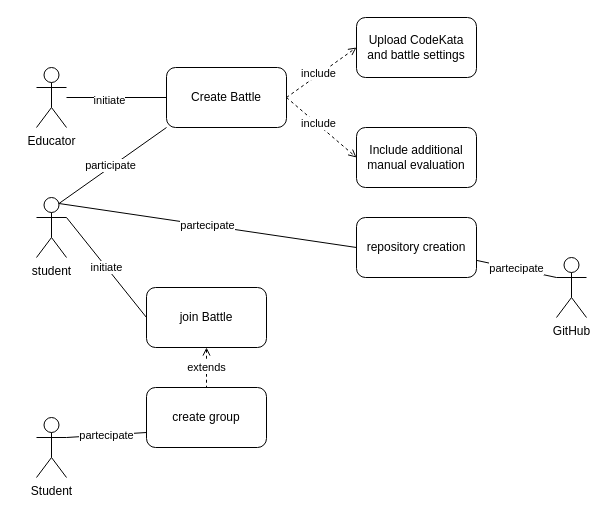
FedericoValentino/SE2-ValentinoZarbo keeps this draw.io diagram as UseCaseDiagram/ScenariNico.drawio. Above is the earlier version. Source tidied: cells renumbered, new cells numbered last; positions are measured from the earlier drawing's top-left corner, leaving out a move shared by most shapes. Both pictures are drawn from the tidied source at 100%, with x=0, y=0 at pixel (36, 17).
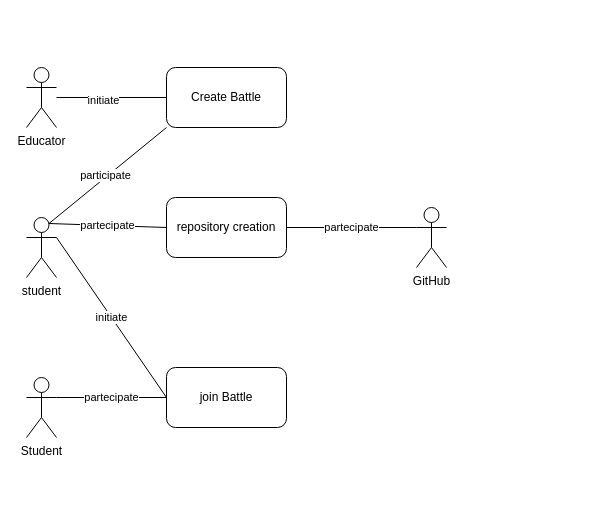
The same page after the edit.

Unchanged cells that the change refers to:
```xml
<mxCell id="10" value="Create Battle" style="rounded=1;whiteSpace=wrap;html=1;" parent="1" vertex="1">
  <mxGeometry x="130" y="50" width="120" height="60" as="geometry" />
</mxCell>
```

The edit, as a diff of the source:
```diff
@@
     <mxCell id="2" value="Educator" style="shape=umlActor;verticalLabelPosition=bottom;verticalAlign=top;html=1;outlineConnect=0;" parent="1" vertex="1">
-      <mxGeometry y="50" width="30" height="60" as="geometry" />
+      <mxGeometry x="-10" y="50" width="30" height="60" as="geometry" />
     </mxCell>
@@
     <mxCell id="5" value="student" style="shape=umlActor;verticalLabelPosition=bottom;verticalAlign=top;html=1;outlineConnect=0;" parent="1" vertex="1">
-      <mxGeometry y="180" width="30" height="60" as="geometry" />
+      <mxGeometry x="-10" y="200" width="30" height="60" as="geometry" />
     </mxCell>
@@
     <mxCell id="7" value="GitHub" style="shape=umlActor;verticalLabelPosition=bottom;verticalAlign=top;html=1;outlineConnect=0;" parent="1" vertex="1">
-      <mxGeometry x="520" y="240" width="30" height="60" as="geometry" />
+      <mxGeometry x="380" y="190" width="30" height="60" as="geometry" />
     </mxCell>
-    <mxCell id="8" value="partecipate" style="rounded=0;jettySize=auto;html=1;exitX=1;exitY=0.3333333333333333;exitDx=0;exitDy=0;exitPerimeter=0;entryX=0;entryY=0.75;entryDx=0;entryDy=0;endArrow=none;endFill=0;" parent="1" edge="1" source="9" target="22">
+    <mxCell id="8" value="partecipate" style="rounded=0;jettySize=auto;html=1;exitX=1;exitY=0.3333333333333333;exitDx=0;exitDy=0;exitPerimeter=0;endArrow=none;endFill=0;" parent="1" edge="1" source="9" target="21">
       <mxGeometry relative="1" as="geometry" />
     </mxCell>
     <mxCell id="9" value="Student" style="shape=umlActor;verticalLabelPosition=bottom;verticalAlign=top;html=1;outlineConnect=0;" parent="1" vertex="1">
-      <mxGeometry y="400" width="30" height="60" as="geometry" />
+      <mxGeometry x="-10" y="360" width="30" height="60" as="geometry" />
     </mxCell>
@@
-    <mxCell id="13" value="Upload CodeKata and battle settings" style="rounded=1;whiteSpace=wrap;html=1;" parent="1" vertex="1">
-      <mxGeometry x="320" width="120" height="60" as="geometry" />
-    </mxCell>
-    <mxCell id="14" value="Include additional manual evaluation" style="rounded=1;whiteSpace=wrap;html=1;" parent="1" vertex="1">
-      <mxGeometry x="320" y="110" width="120" height="60" as="geometry" />
-    </mxCell>
-    <mxCell id="15" style="endArrow=open;dashed=1;html=1;rounded=0;exitX=1;exitY=0.5;exitDx=0;exitDy=0;entryX=0;entryY=0.5;entryDx=0;entryDy=0;endFill=0;" parent="1" edge="1" source="10" target="13">
-      <mxGeometry relative="1" as="geometry" />
-    </mxCell>
-    <mxCell id="16" value="include" style="edgeLabel;html=1;align=center;verticalAlign=middle;" parent="15" vertex="1">
-      <mxGeometry x="-0.06" y="2" relative="1" as="geometry" />
-    </mxCell>
-    <mxCell id="17" style="endArrow=open;dashed=1;html=1;rounded=0;exitX=1;exitY=0.5;exitDx=0;exitDy=0;entryX=0;entryY=0.5;entryDx=0;entryDy=0;endFill=0;" parent="1" edge="1" source="10" target="14">
-      <mxGeometry relative="1" as="geometry" />
-    </mxCell>
-    <mxCell id="18" value="include" style="edgeLabel;html=1;align=center;verticalAlign=middle;" parent="17" vertex="1">
-      <mxGeometry x="-0.11" y="1" relative="1" as="geometry" />
-    </mxCell>
@@
     <mxCell id="21" value="join Battle" style="rounded=1;whiteSpace=wrap;html=1;" parent="1" vertex="1">
-      <mxGeometry x="110" y="270" width="120" height="60" as="geometry" />
+      <mxGeometry x="130" y="350" width="120" height="60" as="geometry" />
     </mxCell>
-    <mxCell id="22" value="create group" style="rounded=1;whiteSpace=wrap;html=1;" parent="1" vertex="1">
-      <mxGeometry x="110" y="370" width="120" height="60" as="geometry" />
-    </mxCell>
-    <mxCell id="23" value="extends" style="endArrow=none;dashed=1;html=1;rounded=0;exitX=0.5;exitY=1;exitDx=0;exitDy=0;entryX=0.5;entryY=0;entryDx=0;entryDy=0;startArrow=open;startFill=0;" parent="1" edge="1" source="21" target="22">
-      <mxGeometry relative="1" as="geometry" />
-    </mxCell>
     <mxCell id="24" value="repository creation" style="rounded=1;whiteSpace=wrap;html=1;" parent="1" vertex="1">
-      <mxGeometry x="320" y="200" width="120" height="60" as="geometry" />
+      <mxGeometry x="130" y="180" width="120" height="60" as="geometry" />
     </mxCell>
```
